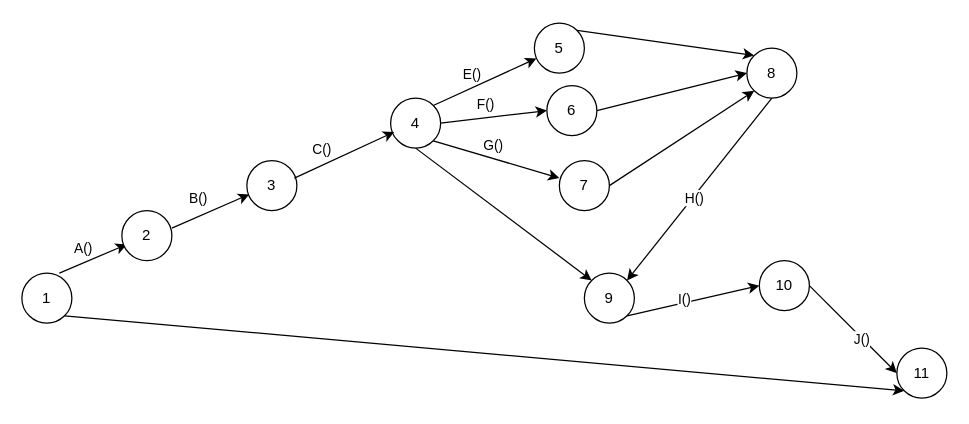
The draw.io diagram Activity Diagram.drawio in VinCoD/ERDs, before the edit. Source tidied: cells renumbered, new cells numbered last; positions are measured from the earlier drawing's top-left corner, leaving out a move shared by most shapes. Both pictures are drawn from the tidied source at 125%, with x=0, y=0 at pixel (21, 22).
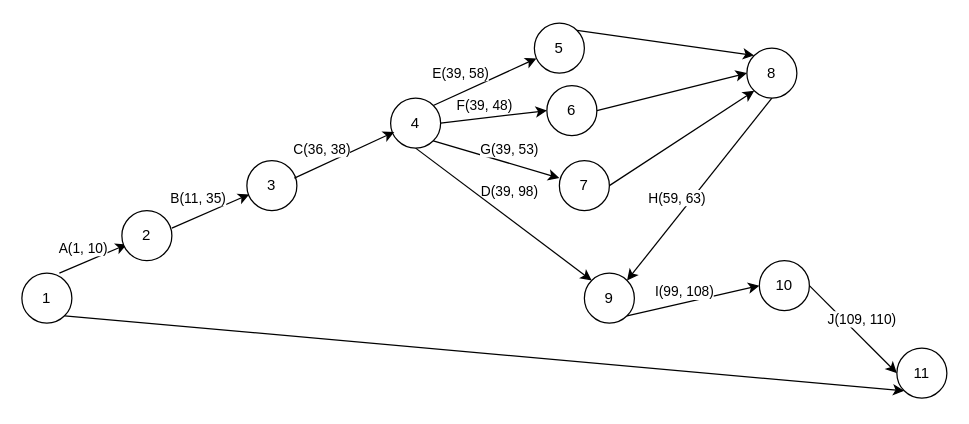
Above is the later version.

Unchanged cells that the change refers to:
```xml
<mxCell id="3" style="endArrow=classic;html=1;rounded=0;entryX=0.1;entryY=0.675;entryDx=0;entryDy=0;entryPerimeter=0;" parent="1" edge="1" target="11">
  <mxGeometry relative="1" as="geometry">
    <mxPoint x="30" y="200" as="sourcePoint" />
  </mxGeometry>
</mxCell>
<mxCell id="12" style="endArrow=classic;html=1;rounded=0;exitX=1;exitY=0.35;exitDx=0;exitDy=0;exitPerimeter=0;entryX=0.675;entryY=0.95;entryDx=0;entryDy=0;entryPerimeter=0;" parent="1" edge="1" source="11" target="10">
  <mxGeometry relative="1" as="geometry" />
</mxCell>
<mxCell id="14" style="endArrow=classic;html=1;rounded=0;exitX=0.35;exitY=0.05;exitDx=0;exitDy=0;exitPerimeter=0;entryX=0.075;entryY=0.675;entryDx=0;entryDy=0;entryPerimeter=0;" parent="1" edge="1" source="10" target="9">
  <mxGeometry relative="1" as="geometry" />
</mxCell>
<mxCell id="16" style="endArrow=classic;html=1;rounded=0;exitX=1;exitY=0;exitDx=0;exitDy=0;" parent="1" edge="1" source="9" target="8">
  <mxGeometry relative="1" as="geometry" />
</mxCell>
<mxCell id="18" style="endArrow=classic;html=1;rounded=0;exitX=1;exitY=0.5;exitDx=0;exitDy=0;entryX=0;entryY=0.5;entryDx=0;entryDy=0;" parent="1" edge="1" source="9" target="7">
  <mxGeometry relative="1" as="geometry" />
</mxCell>
<mxCell id="20" style="endArrow=classic;html=1;rounded=0;exitX=1;exitY=1;exitDx=0;exitDy=0;entryX=0;entryY=0.35;entryDx=0;entryDy=0;entryPerimeter=0;" parent="1" edge="1" source="9" target="6">
  <mxGeometry relative="1" as="geometry" />
</mxCell>
<mxCell id="28" style="endArrow=classic;html=1;rounded=0;entryX=1;entryY=0;entryDx=0;entryDy=0;" parent="1" edge="1" target="23">
  <mxGeometry relative="1" as="geometry">
    <mxPoint x="600" y="60" as="sourcePoint" />
  </mxGeometry>
</mxCell>
<mxCell id="30" style="endArrow=classic;html=1;rounded=0;exitX=0.5;exitY=1;exitDx=0;exitDy=0;entryX=0;entryY=0;entryDx=0;entryDy=0;" parent="1" edge="1" source="9" target="23">
  <mxGeometry relative="1" as="geometry" />
</mxCell>
<mxCell id="31" style="endArrow=classic;html=1;rounded=0;exitX=1;exitY=1;exitDx=0;exitDy=0;entryX=0;entryY=0.5;entryDx=0;entryDy=0;" parent="1" edge="1" source="23" target="22">
  <mxGeometry relative="1" as="geometry" />
</mxCell>
<mxCell id="33" style="endArrow=classic;html=1;rounded=0;exitX=1;exitY=0.5;exitDx=0;exitDy=0;entryX=0;entryY=0.5;entryDx=0;entryDy=0;" parent="1" edge="1" source="22" target="5">
  <mxGeometry relative="1" as="geometry" />
</mxCell>
```

What changed in the source:
```diff
@@
-    <mxCell id="4" value="A()" style="edgeLabel;html=1;align=center;verticalAlign=middle;" parent="3" vertex="1">
+    <mxCell id="4" value="A(1, 10)" style="edgeLabel;html=1;align=center;verticalAlign=middle;" parent="3" vertex="1">
       <mxGeometry x="-0.28" y="1" relative="1" as="geometry">
         <mxPoint y="-11" as="offset" />
       </mxGeometry>
     </mxCell>
@@
-    <mxCell id="13" value="B()" style="edgeLabel;html=1;align=center;verticalAlign=middle;" parent="12" vertex="1">
+    <mxCell id="13" value="B(11, 35)" style="edgeLabel;html=1;align=center;verticalAlign=middle;" parent="12" vertex="1">
       <mxGeometry x="-0.24" y="-1" relative="1" as="geometry">
         <mxPoint x="-4" y="-15" as="offset" />
       </mxGeometry>
     </mxCell>
@@
-    <mxCell id="15" value="C()" style="edgeLabel;html=1;align=center;verticalAlign=middle;" parent="14" vertex="1">
+    <mxCell id="15" value="C(36, 38)" style="edgeLabel;html=1;align=center;verticalAlign=middle;" parent="14" vertex="1">
       <mxGeometry x="0.13" y="1" relative="1" as="geometry">
         <mxPoint x="-23" y="-2" as="offset" />
       </mxGeometry>
     </mxCell>
@@
-    <mxCell id="17" value="E()" style="edgeLabel;html=1;align=center;verticalAlign=middle;" parent="16" vertex="1">
+    <mxCell id="17" value="D(39, 98)" style="edgeLabel;html=1;align=center;verticalAlign=middle;" parent="16" vertex="1">
       <mxGeometry x="-0.07" y="-1" relative="1" as="geometry">
-        <mxPoint x="-8" y="-9" as="offset" />
+        <mxPoint x="22" y="85" as="offset" />
       </mxGeometry>
     </mxCell>
@@
-    <mxCell id="19" value="F()" style="edgeLabel;html=1;align=center;verticalAlign=middle;" parent="18" vertex="1">
+    <mxCell id="19" value="E(39, 58)" style="edgeLabel;html=1;align=center;verticalAlign=middle;" parent="18" vertex="1">
       <mxGeometry x="-0.17" y="3" relative="1" as="geometry">
-        <mxPoint y="-8" as="offset" />
+        <mxPoint x="-20" y="-33" as="offset" />
       </mxGeometry>
     </mxCell>
@@
-    <mxCell id="21" value="G()" style="edgeLabel;html=1;align=center;verticalAlign=middle;" parent="20" vertex="1">
+    <mxCell id="21" value="F(39, 48)" style="edgeLabel;html=1;align=center;verticalAlign=middle;" parent="20" vertex="1">
       <mxGeometry x="-0.05" y="-1" relative="1" as="geometry">
-        <mxPoint y="-12" as="offset" />
+        <mxPoint x="-7" y="-44" as="offset" />
       </mxGeometry>
     </mxCell>
@@
-    <mxCell id="29" value="H()" style="edgeLabel;html=1;align=center;verticalAlign=middle;" parent="28" vertex="1">
-      <mxGeometry x="0.08" relative="1" as="geometry" />
+    <mxCell id="29" value="H(59, 63)" style="edgeLabel;html=1;align=center;verticalAlign=middle;" parent="28" vertex="1">
+      <mxGeometry x="0.08" relative="1" as="geometry">
+        <mxPoint x="-14" as="offset" />
+      </mxGeometry>
     </mxCell>
@@
+    <mxCell id="36" value="G(39, 53)" style="edgeLabel;html=1;align=center;verticalAlign=middle;" parent="30" vertex="1">
+      <mxGeometry x="-0.02" y="2" relative="1" as="geometry">
+        <mxPoint x="5" y="-50" as="offset" />
+      </mxGeometry>
+    </mxCell>
@@
-    <mxCell id="32" value="I()" style="edgeLabel;html=1;align=center;verticalAlign=middle;" parent="31" vertex="1">
-      <mxGeometry x="-0.13" y="3" relative="1" as="geometry" />
+    <mxCell id="32" value="I(99, 108)" style="edgeLabel;html=1;align=center;verticalAlign=middle;" parent="31" vertex="1">
+      <mxGeometry x="-0.13" y="3" relative="1" as="geometry">
+        <mxPoint y="-6" as="offset" />
+      </mxGeometry>
     </mxCell>
@@
-    <mxCell id="34" value="J()" style="edgeLabel;html=1;align=center;verticalAlign=middle;" parent="33" vertex="1">
-      <mxGeometry x="0.2" y="-1" relative="1" as="geometry" />
+    <mxCell id="34" value="J(109, 110)" style="edgeLabel;html=1;align=center;verticalAlign=middle;" parent="33" vertex="1">
+      <mxGeometry x="0.2" y="-1" relative="1" as="geometry">
+        <mxPoint y="-16" as="offset" />
+      </mxGeometry>
     </mxCell>
```
